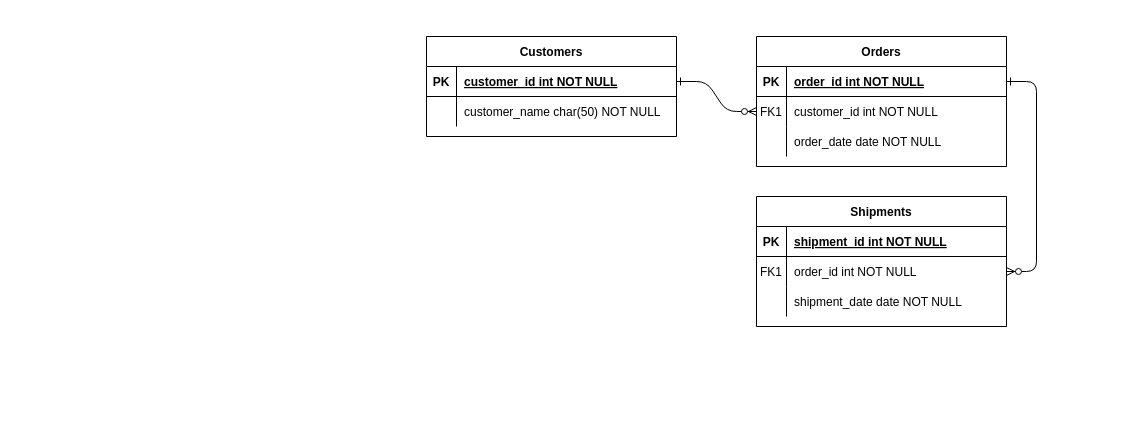
Before: Diagrama sem nome.drawio in Larissa022/BancoDeDados, a draw.io diagram. Source tidied: cells renumbered, new cells numbered last; positions are measured from the earlier drawing's top-left corner, leaving out a move shared by most shapes. Both pictures are drawn from the tidied source at 100%, with x=0, y=0 at pixel (426, 36).
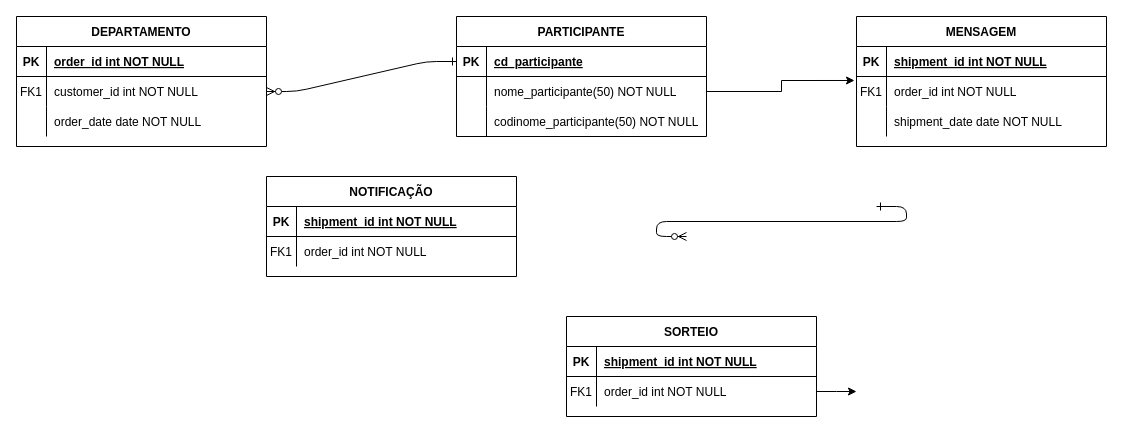
The same page after the edit.

Unchanged cells that the change refers to:
```xml
<mxCell id="5" style="shape=partialRectangle;fillColor=none;points=[[0,0.5],[1,0.5]];portConstraint=eastwest;top=0;left=0;right=0;bottom=1;" parent="4" vertex="1">
  <mxGeometry y="30" width="250" height="30" as="geometry" />
</mxCell>
<mxCell id="18" style="shape=partialRectangle;fillColor=none;points=[[0,0.5],[1,0.5]];portConstraint=eastwest;top=0;left=0;right=0;bottom=0;" parent="14" vertex="1">
  <mxGeometry y="60" width="250" height="30" as="geometry" />
</mxCell>
<mxCell id="25" style="shape=partialRectangle;fillColor=none;points=[[0,0.5],[1,0.5]];portConstraint=eastwest;top=0;left=0;right=0;bottom=1;" parent="24" vertex="1">
  <mxGeometry y="30" width="250" height="30" as="geometry" />
</mxCell>
<mxCell id="28" style="shape=partialRectangle;fillColor=none;points=[[0,0.5],[1,0.5]];portConstraint=eastwest;top=0;left=0;right=0;bottom=0;" parent="24" vertex="1">
  <mxGeometry y="60" width="250" height="30" as="geometry" />
</mxCell>
```

The edit, as a diff of the source:
```diff
@@
-    <mxCell id="3" style="edgeStyle=entityRelationEdgeStyle;endArrow=ERzeroToMany;startArrow=ERone;endFill=1;startFill=0;" parent="1" edge="1" source="5" target="18">
-      <mxGeometry relative="1" as="geometry" />
-    </mxCell>
-    <mxCell id="4" value="Orders" style="shape=table;startSize=30;childLayout=tableLayout;rowLines=0;fontStyle=1;align=center;" parent="1" vertex="1">
-      <mxGeometry x="330" width="250" height="130" as="geometry" />
+    <mxCell id="4" value="DEPARTAMENTO" style="shape=table;startSize=30;childLayout=tableLayout;rowLines=0;fontStyle=1;align=center;" parent="1" vertex="1">
+      <mxGeometry x="-410" y="-20" width="250" height="130" as="geometry" />
     </mxCell>
@@
-    <mxCell id="14" value="Shipments" style="shape=table;startSize=30;childLayout=tableLayout;rowLines=0;fontStyle=1;align=center;" parent="1" vertex="1">
-      <mxGeometry x="330" y="160" width="250" height="130" as="geometry" />
+    <mxCell id="14" value="MENSAGEM" style="shape=table;startSize=30;childLayout=tableLayout;rowLines=0;fontStyle=1;align=center;" parent="1" vertex="1">
+      <mxGeometry x="430" y="-20" width="250" height="130" as="geometry" />
     </mxCell>
@@
-    <mxCell id="24" value="Customers" style="shape=table;startSize=30;childLayout=tableLayout;rowLines=0;fontStyle=1;align=center;" parent="1" vertex="1">
-      <mxGeometry width="250" height="100" as="geometry" />
+    <mxCell id="24" value="PARTICIPANTE" style="shape=table;startSize=30;childLayout=tableLayout;rowLines=0;fontStyle=1;align=center;" parent="1" vertex="1">
+      <mxGeometry x="30" y="-20" width="250" height="120" as="geometry" />
     </mxCell>
@@
-    <mxCell id="27" value="customer_id int NOT NULL " style="shape=partialRectangle;overflow=hidden;fillColor=none;top=0;left=0;bottom=0;right=0;align=left;spacingLeft=6;fontStyle=5;" parent="25" vertex="1">
+    <mxCell id="27" value="cd_participante" style="shape=partialRectangle;overflow=hidden;fillColor=none;top=0;left=0;bottom=0;right=0;align=left;spacingLeft=6;fontStyle=5;" parent="25" vertex="1">
       <mxGeometry x="30" width="220" height="30" as="geometry" />
     </mxCell>
@@
-    <mxCell id="30" value="customer_name char(50) NOT NULL" style="shape=partialRectangle;overflow=hidden;fillColor=none;top=0;left=0;bottom=0;right=0;align=left;spacingLeft=6;" parent="28" vertex="1">
+    <mxCell id="30" value="nome_participante(50) NOT NULL" style="shape=partialRectangle;overflow=hidden;fillColor=none;top=0;left=0;bottom=0;right=0;align=left;spacingLeft=6;" parent="28" vertex="1">
       <mxGeometry x="30" width="220" height="30" as="geometry" />
     </mxCell>
+    <mxCell id="31" style="shape=partialRectangle;fillColor=none;top=0;left=0;right=0;bottom=0;" parent="24" vertex="1">
+      <mxGeometry y="90" width="250" height="30" as="geometry" />
+    </mxCell>
+    <mxCell id="32" style="shape=partialRectangle;overflow=hidden;fillColor=none;top=0;left=0;bottom=0;right=0;" parent="31" vertex="1">
+      <mxGeometry width="30" height="30" as="geometry" />
+    </mxCell>
+    <mxCell id="33" value="codinome_participante(50) NOT NULL" style="shape=partialRectangle;overflow=hidden;fillColor=none;top=0;left=0;bottom=0;right=0;align=left;spacingLeft=6;" parent="31" vertex="1">
+      <mxGeometry x="30" width="220" height="30" as="geometry" />
+    </mxCell>
+    <mxCell id="34" value="SORTEIO" style="shape=table;startSize=30;childLayout=tableLayout;rowLines=0;fontStyle=1;align=center;" parent="1" vertex="1">
+      <mxGeometry x="140" y="280" width="250" height="100" as="geometry" />
+    </mxCell>
+    <mxCell id="35" style="shape=partialRectangle;fillColor=none;top=0;left=0;right=0;bottom=1;" parent="34" vertex="1">
+      <mxGeometry y="30" width="250" height="30" as="geometry" />
+    </mxCell>
+    <mxCell id="36" value="PK" style="shape=partialRectangle;overflow=hidden;fillColor=none;top=0;left=0;bottom=0;right=0;fontStyle=1;" parent="35" vertex="1">
+      <mxGeometry width="30" height="30" as="geometry" />
+    </mxCell>
+    <mxCell id="37" value="shipment_id int NOT NULL " style="shape=partialRectangle;overflow=hidden;fillColor=none;top=0;left=0;bottom=0;right=0;align=left;spacingLeft=6;fontStyle=5;" parent="35" vertex="1">
+      <mxGeometry x="30" width="220" height="30" as="geometry" />
+    </mxCell>
+    <mxCell id="38" style="shape=partialRectangle;fillColor=none;points=[[0,0.5],[1,0.5]];portConstraint=eastwest;top=0;left=0;right=0;bottom=0;" parent="34" vertex="1">
+      <mxGeometry y="60" width="250" height="30" as="geometry" />
+    </mxCell>
+    <mxCell id="39" value="FK1" style="shape=partialRectangle;overflow=hidden;fillColor=none;top=0;left=0;bottom=0;right=0;" parent="38" vertex="1">
+      <mxGeometry width="30" height="30" as="geometry" />
+    </mxCell>
+    <mxCell id="40" value="order_id int NOT NULL" style="shape=partialRectangle;overflow=hidden;fillColor=none;top=0;left=0;bottom=0;right=0;align=left;spacingLeft=6;" parent="38" vertex="1">
+      <mxGeometry x="30" width="220" height="30" as="geometry" />
+    </mxCell>
+    <mxCell id="41" style="edgeStyle=orthogonalEdgeStyle;rounded=0;jettySize=auto;html=1;exitX=1;exitY=0.5;exitDx=0;exitDy=0;" parent="1" edge="1" source="38">
+      <mxGeometry relative="1" as="geometry">
+        <mxPoint x="430" y="355" as="targetPoint" />
+      </mxGeometry>
+    </mxCell>
+    <mxCell id="42" value="NOTIFICAÇÃO" style="shape=table;startSize=30;childLayout=tableLayout;rowLines=0;fontStyle=1;align=center;" parent="1" vertex="1">
+      <mxGeometry x="-160" y="140" width="250" height="100" as="geometry" />
+    </mxCell>
+    <mxCell id="43" style="shape=partialRectangle;fillColor=none;top=0;left=0;right=0;bottom=1;" parent="42" vertex="1">
+      <mxGeometry y="30" width="250" height="30" as="geometry" />
+    </mxCell>
+    <mxCell id="44" value="PK" style="shape=partialRectangle;overflow=hidden;fillColor=none;top=0;left=0;bottom=0;right=0;fontStyle=1;" parent="43" vertex="1">
+      <mxGeometry width="30" height="30" as="geometry" />
+    </mxCell>
+    <mxCell id="45" value="shipment_id int NOT NULL " style="shape=partialRectangle;overflow=hidden;fillColor=none;top=0;left=0;bottom=0;right=0;align=left;spacingLeft=6;fontStyle=5;" parent="43" vertex="1">
+      <mxGeometry x="30" width="220" height="30" as="geometry" />
+    </mxCell>
+    <mxCell id="46" style="shape=partialRectangle;fillColor=none;top=0;left=0;right=0;bottom=0;" parent="42" vertex="1">
+      <mxGeometry y="60" width="250" height="30" as="geometry" />
+    </mxCell>
+    <mxCell id="47" value="FK1" style="shape=partialRectangle;overflow=hidden;fillColor=none;top=0;left=0;bottom=0;right=0;" parent="46" vertex="1">
+      <mxGeometry width="30" height="30" as="geometry" />
+    </mxCell>
+    <mxCell id="48" value="order_id int NOT NULL" style="shape=partialRectangle;overflow=hidden;fillColor=none;top=0;left=0;bottom=0;right=0;align=left;spacingLeft=6;" parent="46" vertex="1">
+      <mxGeometry x="30" width="220" height="30" as="geometry" />
+    </mxCell>
+    <mxCell id="49" style="edgeStyle=entityRelationEdgeStyle;endArrow=ERzeroToMany;startArrow=ERone;endFill=1;startFill=0;" parent="1" edge="1">
+      <mxGeometry relative="1" as="geometry">
+        <mxPoint x="450" y="170" as="sourcePoint" />
+        <mxPoint x="260" y="200" as="targetPoint" />
+      </mxGeometry>
+    </mxCell>
+    <mxCell id="50" style="edgeStyle=orthogonalEdgeStyle;rounded=0;jettySize=auto;html=1;exitX=1;exitY=0.5;exitDx=0;exitDy=0;entryX=-0.008;entryY=0.133;entryDx=0;entryDy=0;entryPerimeter=0;" parent="1" edge="1" source="28" target="18">
+      <mxGeometry relative="1" as="geometry" />
+    </mxCell>
```
